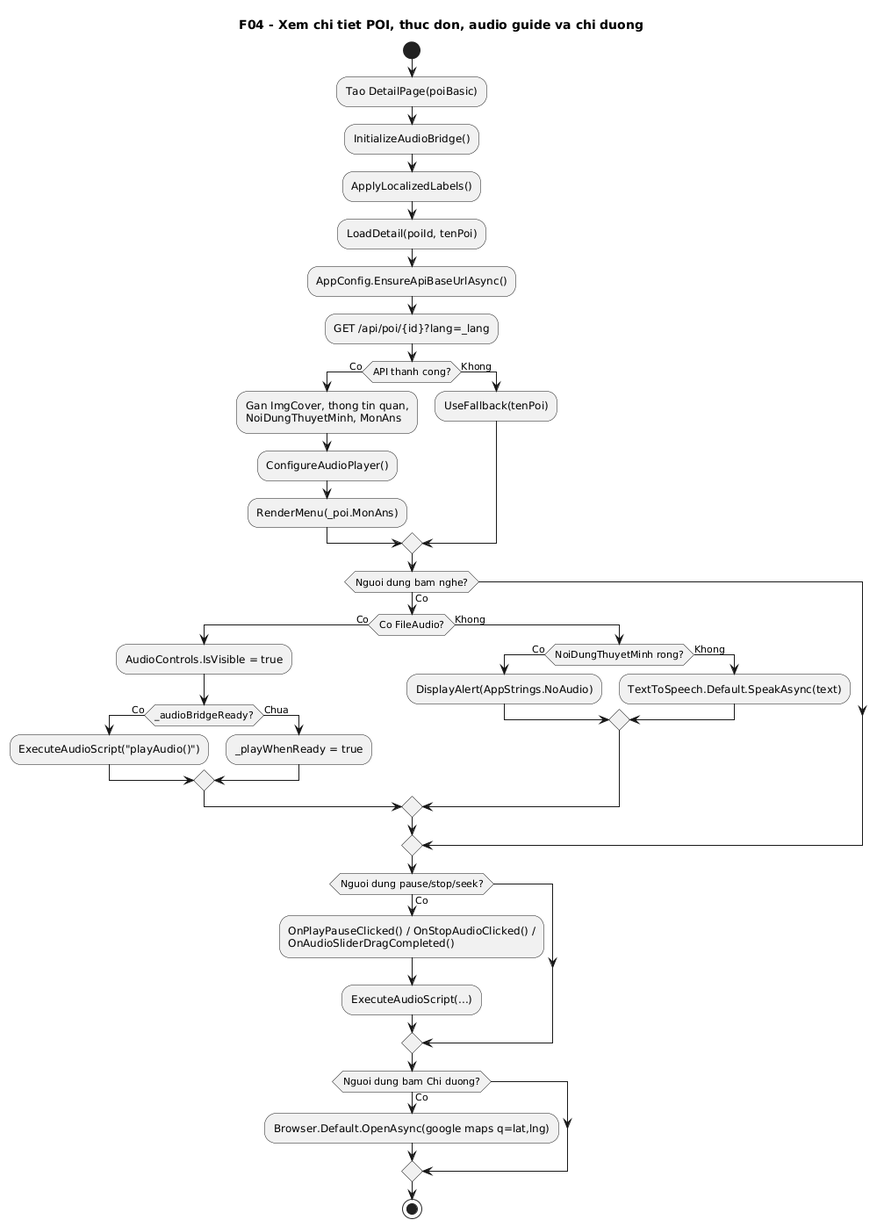
Earlier version of the PlantUML export docs/diagrams/png/04-poi-detail-activity.png (VoBao182/PhoAmThuc).
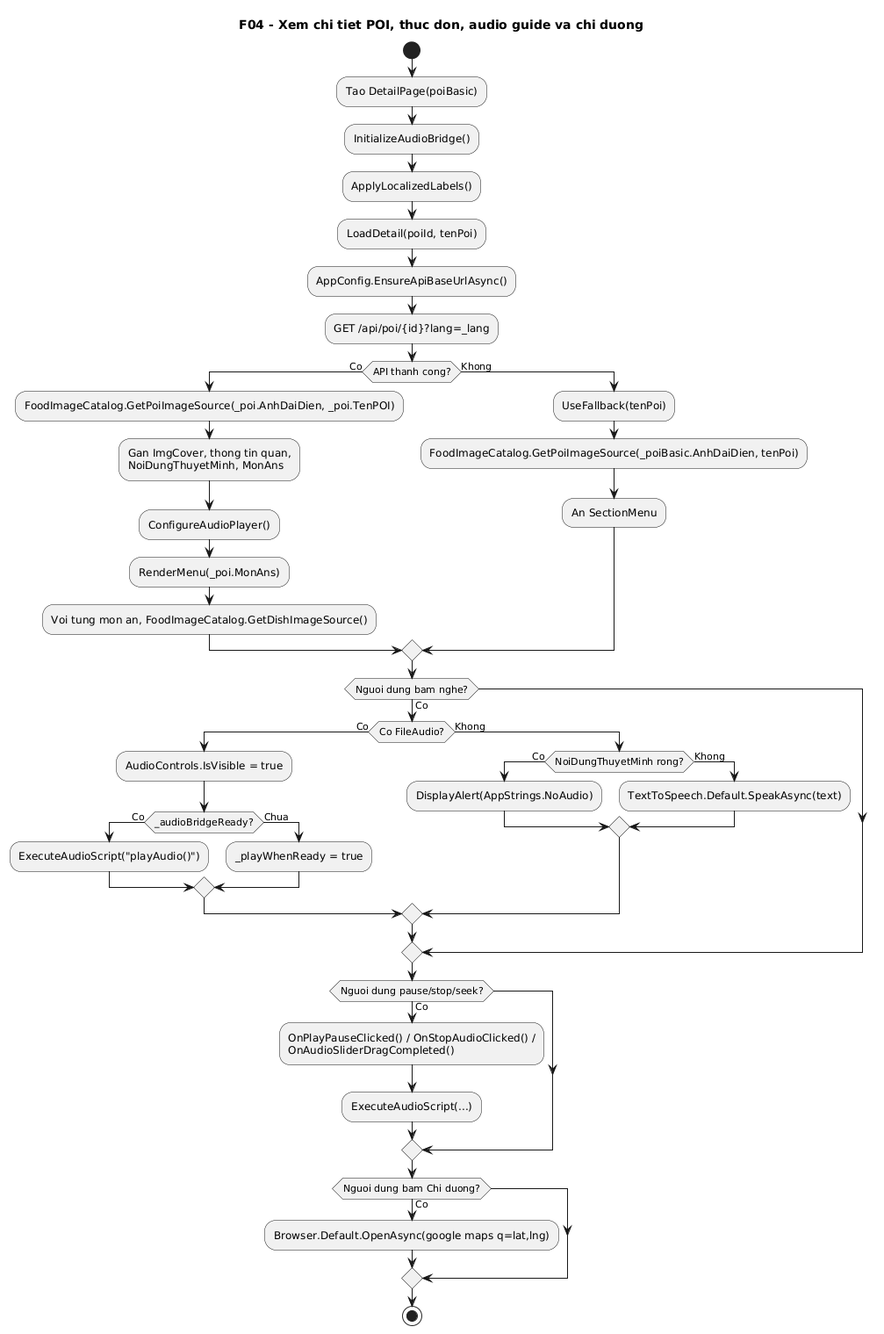
Above is the later version.

What changed in the source:
```diff
@@ -9,11 +9,15 @@
 :AppConfig.EnsureApiBaseUrlAsync();
 :GET /api/poi/{id}?lang=_lang;
 if (API thanh cong?) then (Co)
+  :FoodImageCatalog.GetPoiImageSource(_poi.AnhDaiDien, _poi.TenPOI);
   :Gan ImgCover, thong tin quan,\nNoiDungThuyetMinh, MonAns;
   :ConfigureAudioPlayer();
   :RenderMenu(_poi.MonAns);
+  :Voi tung mon an, FoodImageCatalog.GetDishImageSource();
 else (Khong)
   :UseFallback(tenPoi);
+  :FoodImageCatalog.GetPoiImageSource(_poiBasic.AnhDaiDien, tenPoi);
+  :An SectionMenu;
 endif
 
 if (Nguoi dung bam nghe?) then (Co)
```
